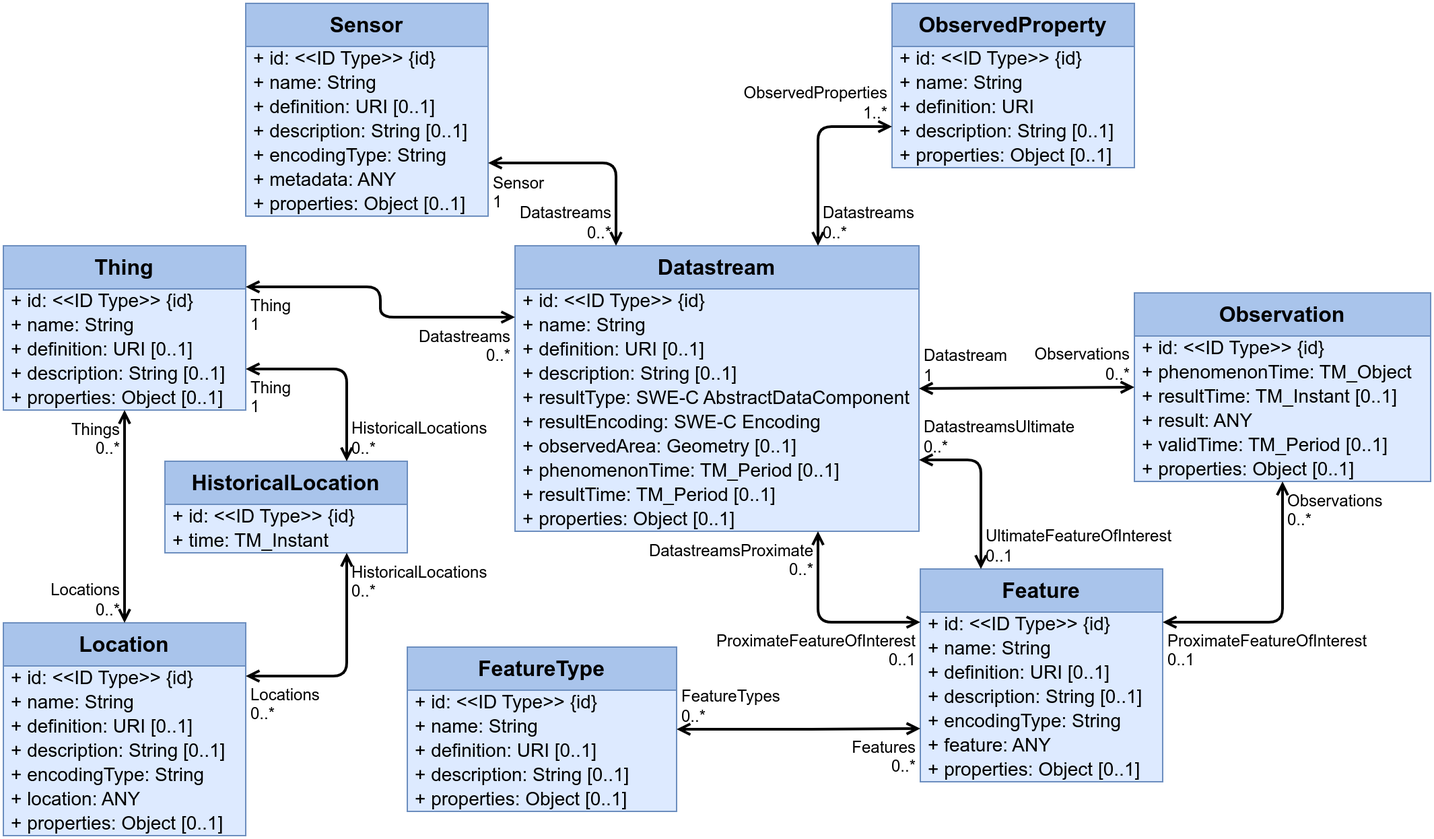
Before: figures/Datamodel-SensorThingsApi-V2-Core.drawio.png, a diagram exported from draw.io (opengeospatial/sensorthings). Source tidied: cells renumbered, new cells last; positions are measured from the earlier drawing's top-left corner, leaving out a move shared by most shapes.
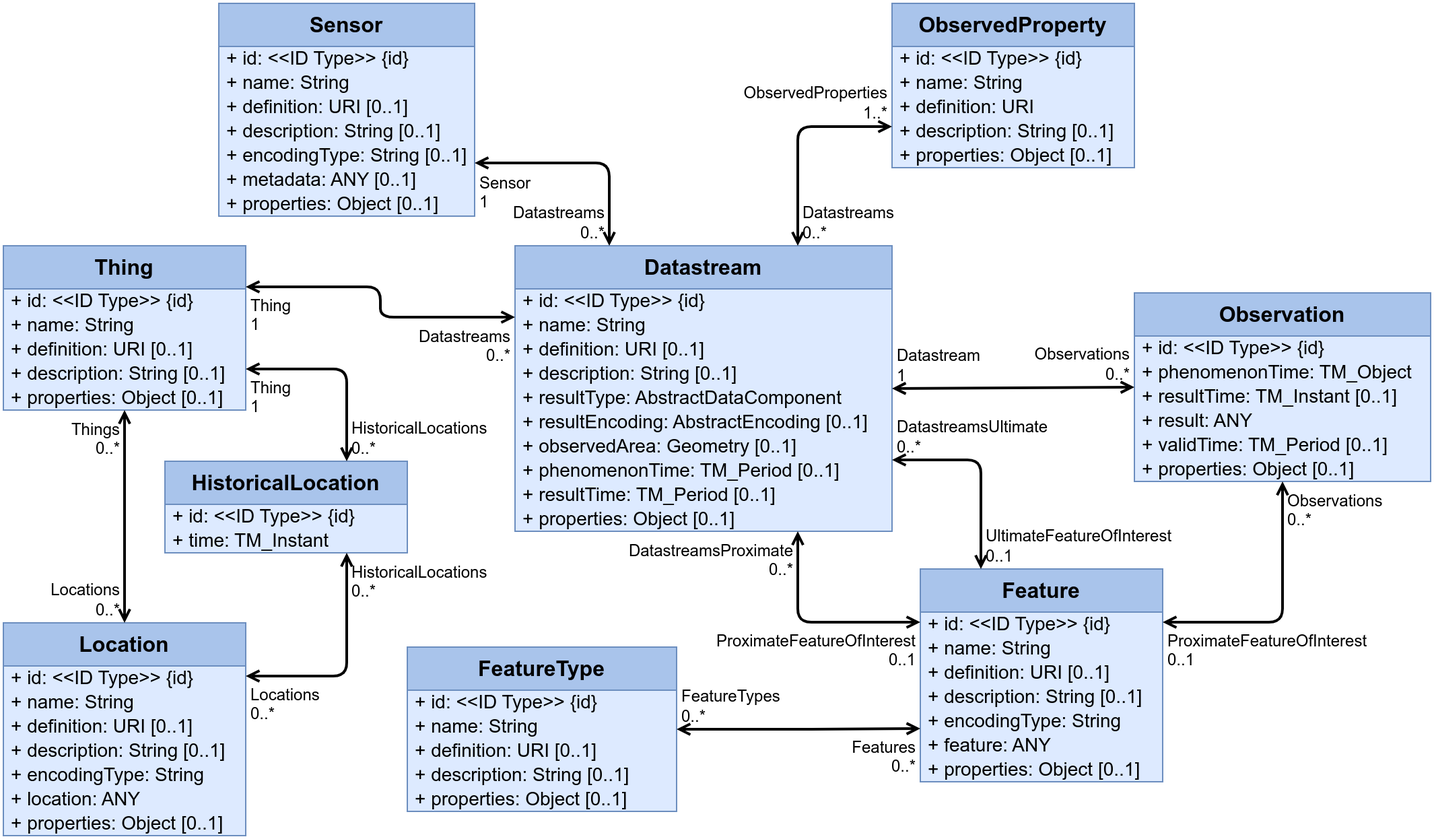
Above is the later version.

Commit message:
Made Sensor/metadata optional

Diff of the diagram source:
```diff
@@ -3,37 +3,37 @@
     <mxCell id="0" />
     <mxCell id="1" parent="0" />
     <mxCell id="2" value="Datastream" style="swimlane;fontStyle=1;horizontal=1;startSize=32;fontSize=16;whiteSpace=wrap;html=1;fillColor=#A9C4EB;strokeColor=#6c8ebf;swimlaneFillColor=#DDEAFF;verticalAlign=top;" parent="1" vertex="1">
-      <mxGeometry x="380" y="180" width="300" height="212" as="geometry" />
+      <mxGeometry x="380" y="180" width="280" height="212" as="geometry" />
     </mxCell>
     <mxCell id="3" value="+&amp;nbsp;id: &amp;lt;&amp;lt;ID Type&amp;gt;&amp;gt; {id}" style="text;strokeColor=none;fillColor=none;align=left;verticalAlign=middle;spacingLeft=4;spacingRight=4;overflow=visible;html=1;fontSize=14;" parent="2" vertex="1">
-      <mxGeometry y="32" width="300" height="18" as="geometry" />
+      <mxGeometry y="32" width="280" height="18" as="geometry" />
     </mxCell>
     <mxCell id="4" value="+ name: String" style="text;strokeColor=none;fillColor=none;align=left;verticalAlign=middle;spacingLeft=4;spacingRight=4;overflow=visible;html=1;fontSize=14;" parent="2" vertex="1">
-      <mxGeometry y="50" width="300" height="18" as="geometry" />
+      <mxGeometry y="50" width="280" height="18" as="geometry" />
     </mxCell>
     <mxCell id="5" value="+&amp;nbsp;definition: URI&amp;nbsp;[0..1]" style="text;strokeColor=none;fillColor=none;align=left;verticalAlign=middle;spacingLeft=4;spacingRight=4;overflow=visible;html=1;fontSize=14;" parent="2" vertex="1">
-      <mxGeometry y="68" width="300" height="18" as="geometry" />
+      <mxGeometry y="68" width="280" height="18" as="geometry" />
     </mxCell>
     <mxCell id="6" value="+&amp;nbsp;description: String&amp;nbsp;[0..1]" style="text;strokeColor=none;fillColor=none;align=left;verticalAlign=middle;spacingLeft=4;spacingRight=4;overflow=visible;html=1;fontSize=14;" parent="2" vertex="1">
-      <mxGeometry y="86" width="300" height="18" as="geometry" />
+      <mxGeometry y="86" width="280" height="18" as="geometry" />
     </mxCell>
-    <mxCell id="7" value="+ resultType: SWE-C AbstractDataComponent" style="text;strokeColor=none;fillColor=none;align=left;verticalAlign=middle;spacingLeft=4;spacingRight=4;overflow=visible;html=1;fontSize=14;" parent="2" vertex="1">
-      <mxGeometry y="104" width="300" height="18" as="geometry" />
+    <mxCell id="7" value="+ resultType: AbstractDataComponent" style="text;strokeColor=none;fillColor=none;align=left;verticalAlign=middle;spacingLeft=4;spacingRight=4;overflow=visible;html=1;fontSize=14;" parent="2" vertex="1">
+      <mxGeometry y="104" width="280" height="18" as="geometry" />
     </mxCell>
-    <mxCell id="8" value="+ resultEncoding: SWE-C Encoding" style="text;strokeColor=none;fillColor=none;align=left;verticalAlign=middle;spacingLeft=4;spacingRight=4;overflow=visible;html=1;fontSize=14;" parent="2" vertex="1">
-      <mxGeometry y="122" width="300" height="18" as="geometry" />
+    <mxCell id="8" value="+ resultEncoding: AbstractEncoding [0..1]" style="text;strokeColor=none;fillColor=none;align=left;verticalAlign=middle;spacingLeft=4;spacingRight=4;overflow=visible;html=1;fontSize=14;" parent="2" vertex="1">
+      <mxGeometry y="122" width="280" height="18" as="geometry" />
     </mxCell>
     <mxCell id="9" value="+&amp;nbsp;observedArea: Geometry&amp;nbsp;[0..1]" style="text;strokeColor=none;fillColor=none;align=left;verticalAlign=middle;spacingLeft=4;spacingRight=4;overflow=visible;html=1;fontSize=14;" parent="2" vertex="1">
-      <mxGeometry y="140" width="300" height="18" as="geometry" />
+      <mxGeometry y="140" width="280" height="18" as="geometry" />
     </mxCell>
     <mxCell id="10" value="+&amp;nbsp;phenomenonTime:&amp;nbsp;TM_Period&amp;nbsp;[0..1]" style="text;strokeColor=none;fillColor=none;align=left;verticalAlign=middle;spacingLeft=4;spacingRight=4;overflow=visible;html=1;fontSize=14;" parent="2" vertex="1">
-      <mxGeometry y="158" width="300" height="18" as="geometry" />
+      <mxGeometry y="158" width="280" height="18" as="geometry" />
     </mxCell>
     <mxCell id="11" value="+&amp;nbsp;resultTime:&amp;nbsp;TM_Period&amp;nbsp;[0..1]" style="text;strokeColor=none;fillColor=none;align=left;verticalAlign=middle;spacingLeft=4;spacingRight=4;overflow=visible;html=1;fontSize=14;" parent="2" vertex="1">
-      <mxGeometry y="176" width="300" height="18" as="geometry" />
+      <mxGeometry y="176" width="280" height="18" as="geometry" />
     </mxCell>
     <mxCell id="12" value="+&amp;nbsp;properties: Object&amp;nbsp;[0..1]" style="text;strokeColor=none;fillColor=none;align=left;verticalAlign=middle;spacingLeft=4;spacingRight=4;overflow=visible;html=1;fontSize=14;" parent="2" vertex="1">
-      <mxGeometry y="194" width="300" height="18" as="geometry" />
+      <mxGeometry y="194" width="280" height="18" as="geometry" />
     </mxCell>
     <mxCell id="13" value="Feature" style="swimlane;fontStyle=1;horizontal=1;startSize=32;fontSize=16;whiteSpace=wrap;html=1;fillColor=#A9C4EB;strokeColor=#6c8ebf;swimlaneFillColor=#DDEAFF;verticalAlign=top;" parent="1" vertex="1">
       <mxGeometry x="681" y="420" width="180" height="158" as="geometry" />
@@ -204,28 +204,28 @@
       <mxGeometry x="1" relative="1" as="geometry" />
     </mxCell>
     <mxCell id="69" value="Sensor" style="swimlane;fontStyle=1;horizontal=1;startSize=32;fontSize=16;whiteSpace=wrap;html=1;fillColor=#A9C4EB;strokeColor=#6c8ebf;swimlaneFillColor=#DDEAFF;verticalAlign=top;" parent="1" vertex="1">
-      <mxGeometry x="180" width="180" height="158" as="geometry" />
+      <mxGeometry x="160" width="190" height="158" as="geometry" />
     </mxCell>
     <mxCell id="70" value="+&amp;nbsp;id: &amp;lt;&amp;lt;ID Type&amp;gt;&amp;gt;&amp;nbsp;{id}" style="text;strokeColor=none;fillColor=none;align=left;verticalAlign=middle;spacingLeft=4;spacingRight=4;overflow=visible;html=1;fontSize=14;" parent="69" vertex="1">
-      <mxGeometry y="32" width="180" height="18" as="geometry" />
+      <mxGeometry y="32" width="190" height="18" as="geometry" />
     </mxCell>
     <mxCell id="71" value="+ name: String" style="text;strokeColor=none;fillColor=none;align=left;verticalAlign=middle;spacingLeft=4;spacingRight=4;overflow=visible;html=1;fontSize=14;" parent="69" vertex="1">
-      <mxGeometry y="50" width="180" height="18" as="geometry" />
+      <mxGeometry y="50" width="190" height="18" as="geometry" />
     </mxCell>
     <mxCell id="72" value="+&amp;nbsp;definition: URI [0..1]" style="text;strokeColor=none;fillColor=none;align=left;verticalAlign=middle;spacingLeft=4;spacingRight=4;overflow=visible;html=1;fontSize=14;" parent="69" vertex="1">
-      <mxGeometry y="68" width="180" height="18" as="geometry" />
+      <mxGeometry y="68" width="190" height="18" as="geometry" />
     </mxCell>
     <mxCell id="73" value="+&amp;nbsp;description: String [0..1]" style="text;strokeColor=none;fillColor=none;align=left;verticalAlign=middle;spacingLeft=4;spacingRight=4;overflow=visible;html=1;fontSize=14;" parent="69" vertex="1">
-      <mxGeometry y="86" width="180" height="18" as="geometry" />
+      <mxGeometry y="86" width="190" height="18" as="geometry" />
     </mxCell>
-    <mxCell id="74" value="+ encodingType: String" style="text;strokeColor=none;fillColor=none;align=left;verticalAlign=middle;spacingLeft=4;spacingRight=4;overflow=visible;html=1;fontSize=14;" parent="69" vertex="1">
-      <mxGeometry y="104" width="180" height="18" as="geometry" />
+    <mxCell id="74" value="+ encodingType: String [0..1]" style="text;strokeColor=none;fillColor=none;align=left;verticalAlign=middle;spacingLeft=4;spacingRight=4;overflow=visible;html=1;fontSize=14;" parent="69" vertex="1">
+      <mxGeometry y="104" width="190" height="18" as="geometry" />
     </mxCell>
-    <mxCell id="75" value="+ metadata: ANY" style="text;strokeColor=none;fillColor=none;align=left;verticalAlign=middle;spacingLeft=4;spacingRight=4;overflow=visible;html=1;fontSize=14;" parent="69" vertex="1">
-      <mxGeometry y="122" width="180" height="18" as="geometry" />
+    <mxCell id="75" value="+ metadata: ANY [0..1]" style="text;strokeColor=none;fillColor=none;align=left;verticalAlign=middle;spacingLeft=4;spacingRight=4;overflow=visible;html=1;fontSize=14;" parent="69" vertex="1">
+      <mxGeometry y="122" width="190" height="18" as="geometry" />
     </mxCell>
     <mxCell id="76" value="+&amp;nbsp;properties: Object [0..1]" style="text;strokeColor=none;fillColor=none;align=left;verticalAlign=middle;spacingLeft=4;spacingRight=4;overflow=visible;html=1;fontSize=14;" parent="69" vertex="1">
-      <mxGeometry y="140" width="180" height="18" as="geometry" />
+      <mxGeometry y="140" width="190" height="18" as="geometry" />
     </mxCell>
     <mxCell id="77" style="endArrow=open;startArrow=open;html=1;rounded=1;entryX=0.25;entryY=0;entryDx=0;entryDy=0;edgeStyle=orthogonalEdgeStyle;exitX=1;exitY=0.75;exitDx=0;exitDy=0;curved=0;strokeWidth=2;startFill=0;endFill=0;" parent="1" edge="1" source="69" target="2">
       <mxGeometry relative="1" as="geometry" />
```
